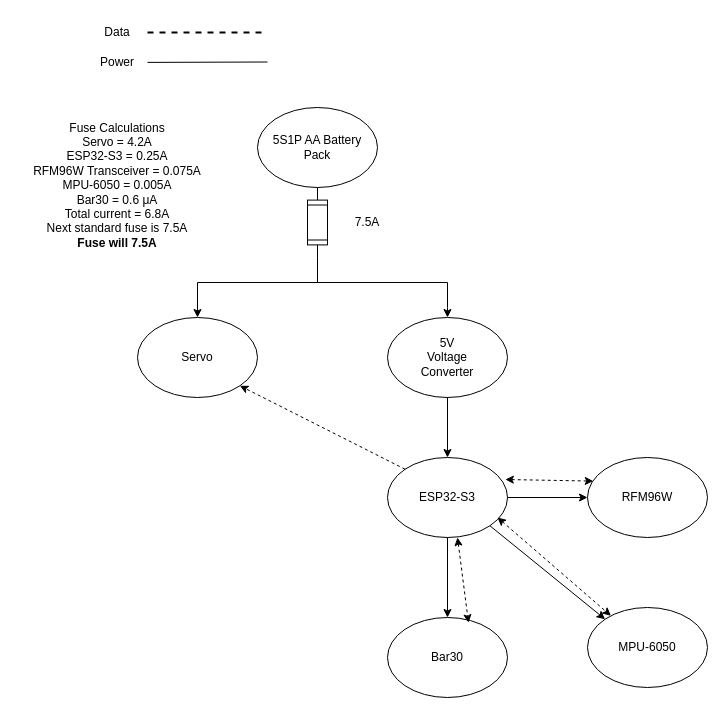
Earlier version of the draw.io diagram VerticalProfiler SID.drawio (markt006/MATEROVSIDS). Source tidied: cells renumbered, new cells numbered last; positions are measured from the earlier drawing's top-left corner, leaving out a move shared by most shapes. Both pictures are drawn from the tidied source at 100%, with x=0, y=0 at pixel (17, 17).
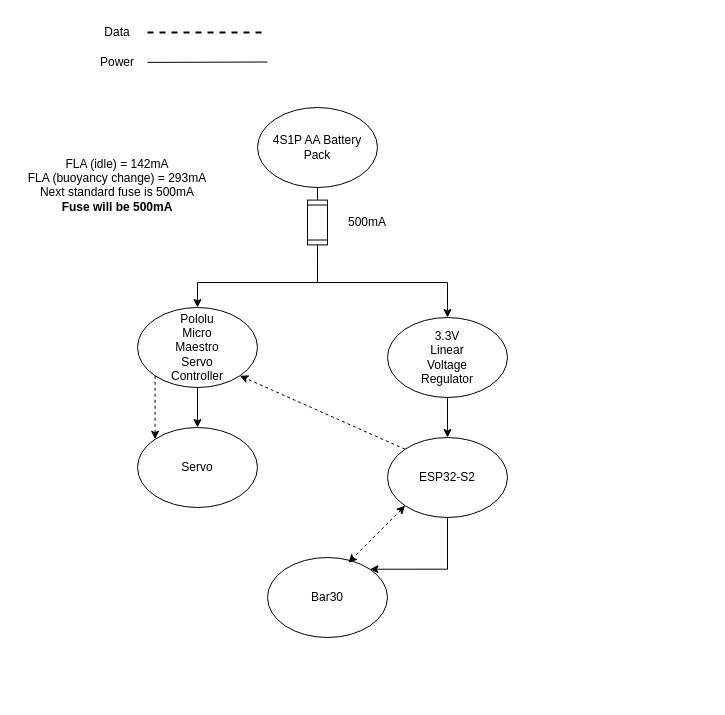
The same page after the edit.

The change refers to these unchanged cells:
```xml
<mxCell id="2" style="group;" parent="1" vertex="1">
  <mxGeometry x="240" y="90" width="120" height="80" as="geometry" />
</mxCell>
<mxCell id="7" style="verticalLabelPosition=bottom;shadow=0;dashed=0;align=center;html=1;verticalAlign=top;shape=mxgraph.electrical.miscellaneous.fuse_1;rotation=90;" parent="1" vertex="1">
  <mxGeometry x="265" y="195" width="70" height="20" as="geometry" />
</mxCell>
<mxCell id="16" style="ellipse;whiteSpace=wrap;html=1;" parent="15" vertex="1">
  <mxGeometry width="120" height="80" as="geometry" />
</mxCell>
<mxCell id="18" style="group;" parent="1" vertex="1">
  <mxGeometry x="370" y="300" width="120" height="80" as="geometry" />
</mxCell>
<mxCell id="22" style="ellipse;whiteSpace=wrap;html=1;" parent="21" vertex="1">
  <mxGeometry width="120" height="80" as="geometry" />
</mxCell>
<mxCell id="33" style="ellipse;whiteSpace=wrap;html=1;" parent="32" vertex="1">
  <mxGeometry width="120" height="80" as="geometry" />
</mxCell>
```

The edit, as a diff of the source:
```diff
@@
-    <mxCell id="4" value="5S1P AA Battery Pack" style="text;html=1;align=center;verticalAlign=middle;whiteSpace=wrap;rounded=0;" parent="2" vertex="1" collapsed="1">
+    <mxCell id="4" value="4S1P AA Battery Pack" style="text;html=1;align=center;verticalAlign=middle;whiteSpace=wrap;rounded=0;" parent="2" vertex="1" collapsed="1">
       <mxGeometry x="10" y="25" width="100" height="30" as="geometry" />
     </mxCell>
-    <mxCell id="5" style="edgeStyle=orthogonalEdgeStyle;rounded=0;jettySize=auto;html=1;exitX=1;exitY=0.5;exitDx=0;exitDy=0;exitPerimeter=0;entryX=0.5;entryY=0;entryDx=0;entryDy=0;" parent="1" edge="1" source="7" target="16">
+    <mxCell id="5" style="edgeStyle=orthogonalEdgeStyle;rounded=0;jettySize=auto;html=1;exitX=1;exitY=0.5;exitDx=0;exitDy=0;exitPerimeter=0;" parent="1" edge="1" source="7">
       <mxGeometry relative="1" as="geometry">
+        <mxPoint x="180" y="290" as="targetPoint" />
         <Array as="points">
           <mxPoint x="300" y="265" />
           <mxPoint x="180" y="265" />
         </Array>
       </mxGeometry>
     </mxCell>
@@
-    <mxCell id="8" value="7.5A" style="text;html=1;align=center;verticalAlign=middle;whiteSpace=wrap;rounded=0;" parent="1" vertex="1" collapsed="1">
+    <mxCell id="8" value="500mA" style="text;html=1;align=center;verticalAlign=middle;whiteSpace=wrap;rounded=0;" parent="1" vertex="1" collapsed="1">
       <mxGeometry x="320" y="190" width="60" height="30" as="geometry" />
     </mxCell>
@@
-    <mxCell id="14" value="&lt;div&gt;Fuse Calculations&lt;/div&gt;&lt;div&gt;Servo = 4.2A&lt;/div&gt;&lt;div&gt;ESP32-S3 = 0.25A&lt;/div&gt;&lt;div&gt;RFM96W Transceiver = 0.075A&lt;/div&gt;&lt;div&gt;MPU-6050 = 0.005A&lt;/div&gt;&lt;div&gt;Bar30 = 0.6 μA&lt;/div&gt;&lt;div&gt;Total current = 6.8A&lt;/div&gt;&lt;div&gt;Next standard fuse is 7.5A&lt;/div&gt;&lt;div&gt;&lt;b&gt;Fuse will 7.5A&lt;/b&gt;&lt;br&gt;&lt;/div&gt;&lt;div&gt;&lt;br&gt;&lt;/div&gt;" style="text;html=1;align=center;verticalAlign=middle;whiteSpace=wrap;rounded=0;" parent="1" vertex="1" collapsed="1">
+    <mxCell id="14" value="&lt;div&gt;FLA (idle) = 142mA&lt;/div&gt;&lt;div&gt;FLA (buoyancy change) = 293mA&lt;/div&gt;&lt;div&gt;Next standard fuse is 500mA&lt;/div&gt;&lt;div&gt;&lt;b&gt;Fuse will be 500mA&lt;/b&gt;&lt;/div&gt;&lt;div&gt;&lt;br&gt;&lt;/div&gt;" style="text;html=1;align=center;verticalAlign=middle;whiteSpace=wrap;rounded=0;" parent="1" vertex="1" collapsed="1">
       <mxGeometry y="160" width="200" height="30" as="geometry" />
     </mxCell>
     <mxCell id="15" style="group;" parent="1" vertex="1">
-      <mxGeometry x="120" y="300" width="120" height="80" as="geometry" />
+      <mxGeometry x="120" y="410" width="120" height="80" as="geometry" />
     </mxCell>
@@
-    <mxCell id="20" value="5V Voltage Converter" style="text;html=1;align=center;verticalAlign=middle;whiteSpace=wrap;rounded=0;" parent="18" vertex="1" collapsed="1">
+    <mxCell id="20" value="3.3V Linear Voltage Regulator" style="text;html=1;align=center;verticalAlign=middle;whiteSpace=wrap;rounded=0;" parent="18" vertex="1" collapsed="1">
       <mxGeometry x="30" y="25" width="60" height="30" as="geometry" />
     </mxCell>
     <mxCell id="21" style="group;" parent="1" vertex="1">
-      <mxGeometry x="370" y="440" width="120" height="80" as="geometry" />
+      <mxGeometry x="370" y="420" width="120" height="80" as="geometry" />
     </mxCell>
@@
-    <mxCell id="23" value="ESP32-S3" style="text;html=1;align=center;verticalAlign=middle;whiteSpace=wrap;rounded=0;" parent="21" vertex="1" collapsed="1">
+    <mxCell id="23" value="ESP32-S2" style="text;html=1;align=center;verticalAlign=middle;whiteSpace=wrap;rounded=0;" parent="21" vertex="1" collapsed="1">
       <mxGeometry x="30" y="25" width="60" height="30" as="geometry" />
     </mxCell>
@@
-    <mxCell id="25" style="rounded=0;jettySize=auto;html=1;exitX=0;exitY=0;exitDx=0;exitDy=0;entryX=1;entryY=1;entryDx=0;entryDy=0;dashed=1;" parent="1" edge="1" source="22" target="16">
+    <mxCell id="25" style="rounded=0;jettySize=auto;html=1;exitX=0;exitY=0;exitDx=0;exitDy=0;dashed=1;entryX=1;entryY=1;entryDx=0;entryDy=0;" parent="1" edge="1" source="22" target="42">
       <mxGeometry relative="1" as="geometry" />
     </mxCell>
-    <mxCell id="26" style="group;" parent="1" vertex="1">
-      <mxGeometry x="570" y="440" width="120" height="80" as="geometry" />
-    </mxCell>
-    <mxCell id="27" style="ellipse;whiteSpace=wrap;html=1;" parent="26" vertex="1">
-      <mxGeometry width="120" height="80" as="geometry" />
-    </mxCell>
-    <mxCell id="28" value="RFM96W" style="text;html=1;align=center;verticalAlign=middle;whiteSpace=wrap;rounded=0;" parent="26" vertex="1" collapsed="1">
-      <mxGeometry x="30" y="25" width="60" height="30" as="geometry" />
-    </mxCell>
-    <mxCell id="29" style="group;" parent="1" vertex="1">
-      <mxGeometry x="570" y="590" width="120" height="80" as="geometry" />
-    </mxCell>
-    <mxCell id="30" style="ellipse;whiteSpace=wrap;html=1;" parent="29" vertex="1">
-      <mxGeometry width="120" height="80" as="geometry" />
-    </mxCell>
-    <mxCell id="31" value="MPU-6050" style="text;html=1;align=center;verticalAlign=middle;whiteSpace=wrap;rounded=0;" parent="29" vertex="1" collapsed="1">
-      <mxGeometry x="30" y="25" width="60" height="30" as="geometry" />
-    </mxCell>
     <mxCell id="32" style="group;" parent="1" vertex="1">
-      <mxGeometry x="370" y="600" width="120" height="80" as="geometry" />
+      <mxGeometry x="250" y="540" width="120" height="80" as="geometry" />
     </mxCell>
@@
-    <mxCell id="35" style="edgeStyle=orthogonalEdgeStyle;rounded=0;jettySize=auto;html=1;exitX=1;exitY=0.5;exitDx=0;exitDy=0;entryX=0;entryY=0.5;entryDx=0;entryDy=0;" parent="1" edge="1" source="22" target="27">
-      <mxGeometry relative="1" as="geometry" />
-    </mxCell>
-    <mxCell id="36" style="rounded=0;jettySize=auto;html=1;exitX=1;exitY=1;exitDx=0;exitDy=0;entryX=0;entryY=0;entryDx=0;entryDy=0;" parent="1" edge="1" source="22" target="30">
-      <mxGeometry relative="1" as="geometry" />
-    </mxCell>
-    <mxCell id="37" style="edgeStyle=orthogonalEdgeStyle;rounded=0;jettySize=auto;html=1;exitX=0.5;exitY=1;exitDx=0;exitDy=0;entryX=0.5;entryY=0;entryDx=0;entryDy=0;" parent="1" edge="1" source="22" target="33">
-      <mxGeometry relative="1" as="geometry" />
+    <mxCell id="37" style="edgeStyle=orthogonalEdgeStyle;rounded=0;jettySize=auto;html=1;exitX=0.5;exitY=1;exitDx=0;exitDy=0;entryX=1;entryY=0;entryDx=0;entryDy=0;" parent="1" edge="1" source="22" target="33">
+      <mxGeometry relative="1" as="geometry">
+        <Array as="points">
+          <mxPoint x="430" y="552" />
+        </Array>
+      </mxGeometry>
     </mxCell>
-    <mxCell id="38" style="endArrow=classic;startArrow=classic;html=1;rounded=0;dashed=1;entryX=0.675;entryY=0.065;entryDx=0;entryDy=0;entryPerimeter=0;" parent="1" edge="1" target="33">
-      <mxGeometry relative="1" as="geometry">
-        <mxPoint x="440" y="520" as="sourcePoint" />
-      </mxGeometry>
+    <mxCell id="38" style="endArrow=classic;startArrow=classic;html=1;rounded=0;dashed=1;entryX=0.675;entryY=0.065;entryDx=0;entryDy=0;entryPerimeter=0;exitX=0;exitY=1;exitDx=0;exitDy=0;" parent="1" edge="1" source="22" target="33">
+      <mxGeometry relative="1" as="geometry" />
     </mxCell>
-    <mxCell id="39" style="endArrow=classic;startArrow=classic;html=1;rounded=0;dashed=1;" parent="1" edge="1" target="30">
-      <mxGeometry relative="1" as="geometry">
-        <mxPoint x="480" y="500" as="sourcePoint" />
-      </mxGeometry>
-    </mxCell>
-    <mxCell id="40" style="endArrow=classic;startArrow=classic;html=1;rounded=0;dashed=1;exitX=0.982;exitY=0.275;exitDx=0;exitDy=0;exitPerimeter=0;entryX=0.048;entryY=0.295;entryDx=0;entryDy=0;entryPerimeter=0;" parent="1" edge="1" source="22" target="27">
-      <mxGeometry relative="1" as="geometry" />
-    </mxCell>
+    <mxCell id="41" style="edgeStyle=orthogonalEdgeStyle;rounded=0;jettySize=auto;html=1;exitX=0.5;exitY=1;exitDx=0;exitDy=0;entryX=0.5;entryY=0;entryDx=0;entryDy=0;" parent="1" edge="1" source="42" target="16">
+      <mxGeometry relative="1" as="geometry" />
+    </mxCell>
+    <mxCell id="42" style="ellipse;whiteSpace=wrap;html=1;" parent="1" vertex="1">
+      <mxGeometry x="120" y="290" width="120" height="80" as="geometry" />
+    </mxCell>
+    <mxCell id="43" value="Pololu Micro Maestro Servo Controller" style="text;html=1;align=center;verticalAlign=middle;whiteSpace=wrap;rounded=0;" parent="1" vertex="1" collapsed="1">
+      <mxGeometry x="150" y="315" width="60" height="30" as="geometry" />
+    </mxCell>
+    <mxCell id="44" style="rounded=0;jettySize=auto;html=1;exitX=0;exitY=1;exitDx=0;exitDy=0;dashed=1;entryX=0;entryY=0;entryDx=0;entryDy=0;" parent="1" edge="1" source="42" target="16">
+      <mxGeometry relative="1" as="geometry" />
+    </mxCell>
```
